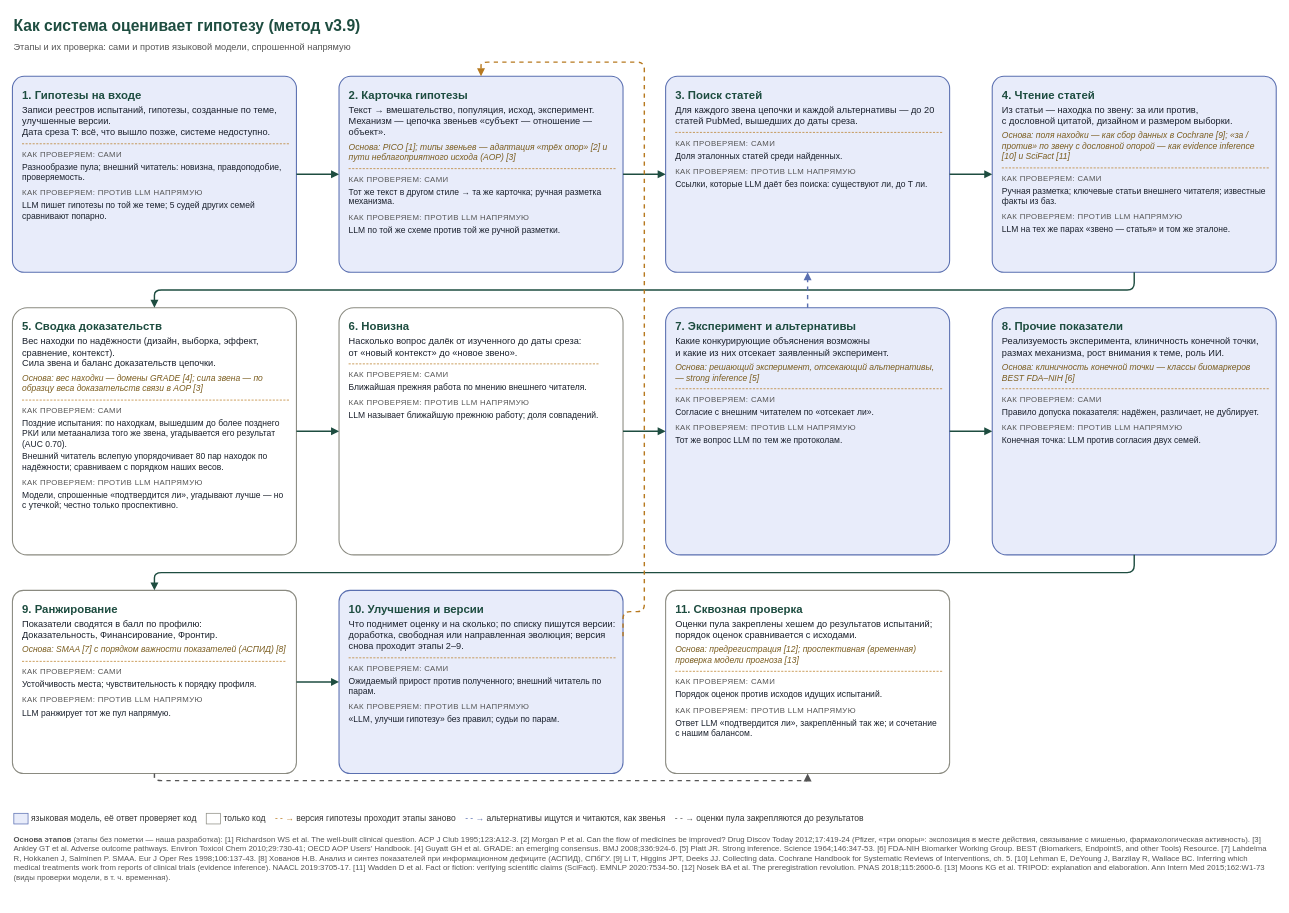
Above: docs/system/flow_check.drawio in danrd/hyp-arena (draw.io), before the change. Source tidied: cells renumbered, new cells numbered last; positions are measured from the earlier drawing's top-left corner, leaving out a move shared by most shapes. Both pictures are drawn from the tidied source at 71%, with x=0, y=0 at pixel (12, 12).
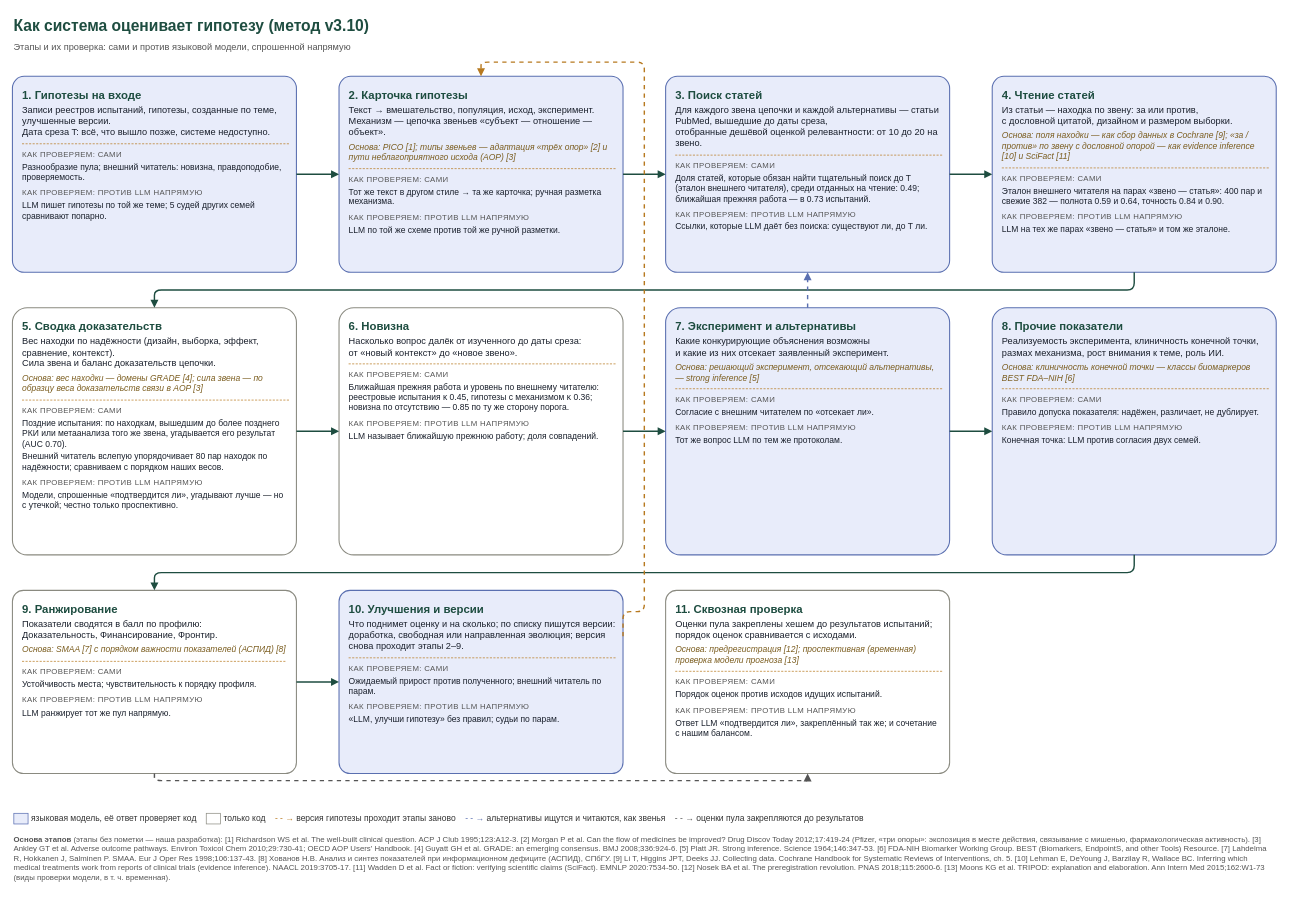
After the change.

Commit message (it also covers changes not shown here):
Flow schemes rebuilt for method v3.10 (filtered search, reader v21, effect and novelty rules)

Diff of the diagram source:
```diff
@@
-    <mxCell id="2" value="&lt;b&gt;Как система оценивает гипотезу (метод v3.9)&lt;/b&gt;&lt;br/&gt;&lt;span style='font-size:13px;color:#555'&gt;Этапы и их проверка: сами и против языковой модели, спрошенной напрямую&lt;/span&gt;" style="text;html=1;fontSize=22;align=left;verticalAlign=top;fillColor=none;strokeColor=none;fontColor=#1E4D40;" parent="1" vertex="1">
+    <mxCell id="2" value="&lt;b&gt;Как система оценивает гипотезу (метод v3.10)&lt;/b&gt;&lt;br/&gt;&lt;span style='font-size:13px;color:#555'&gt;Этапы и их проверка: сами и против языковой модели, спрошенной напрямую&lt;/span&gt;" style="text;html=1;fontSize=22;align=left;verticalAlign=top;fillColor=none;strokeColor=none;fontColor=#1E4D40;" parent="1" vertex="1">
       <mxGeometry width="1780" height="56" as="geometry" />
     </mxCell>
@@
-    <mxCell id="5" value="&lt;div style='font-size:16px;color:#1E4D40'&gt;&lt;b&gt;3. Поиск статей&lt;/b&gt;&lt;/div&gt;&lt;div style='margin-top:4px'&gt;Для каждого звена цепочки и каждой альтернативы — до 20 статей PubMed, вышедших до даты среза.&lt;/div&gt;&lt;div style='margin-top:8px;border-top:1px dashed #B7791F'&gt;&lt;/div&gt;&lt;div style='margin-top:8px;font-size:11px;color:#555;text-transform:uppercase;letter-spacing:0.5px'&gt;Как проверяем: сами&lt;/div&gt;&lt;div style='font-size:12px'&gt;&lt;div style='margin-top:4px'&gt;Доля эталонных статей среди найденных.&lt;/div&gt;&lt;/div&gt;&lt;div style='margin-top:8px;font-size:11px;color:#555;text-transform:uppercase;letter-spacing:0.5px'&gt;Как проверяем: против LLM напрямую&lt;/div&gt;&lt;div style='font-size:12px'&gt;&lt;div style='margin-top:4px'&gt;Ссылки, которые LLM даёт без поиска: существуют ли, до T ли.&lt;/div&gt;&lt;/div&gt;" style="rounded=1;arcSize=6;whiteSpace=wrap;html=1;fillColor=#E8ECFA;strokeColor=#5A6FB0;strokeWidth=1.5;fontSize=13;fontColor=#1A202C;align=left;verticalAlign=top;spacingLeft=12;spacingRight=10;spacingTop=10;" parent="1" vertex="1">
+    <mxCell id="5" value="&lt;div style='font-size:16px;color:#1E4D40'&gt;&lt;b&gt;3. Поиск статей&lt;/b&gt;&lt;/div&gt;&lt;div style='margin-top:4px'&gt;Для каждого звена цепочки и каждой альтернативы — статьи PubMed, вышедшие до даты среза,&lt;br/&gt;отобранные дешёвой оценкой релевантности: от 10 до 20 на звено.&lt;/div&gt;&lt;div style='margin-top:8px;border-top:1px dashed #B7791F'&gt;&lt;/div&gt;&lt;div style='margin-top:8px;font-size:11px;color:#555;text-transform:uppercase;letter-spacing:0.5px'&gt;Как проверяем: сами&lt;/div&gt;&lt;div style='font-size:12px'&gt;&lt;div style='margin-top:4px'&gt;Доля статей, которые обязан найти тщательный поиск до T (эталон внешнего читателя), среди отданных на чтение: 0.49; ближайшая прежняя работа — в 0.73 испытаний.&lt;/div&gt;&lt;/div&gt;&lt;div style='margin-top:8px;font-size:11px;color:#555;text-transform:uppercase;letter-spacing:0.5px'&gt;Как проверяем: против LLM напрямую&lt;/div&gt;&lt;div style='font-size:12px'&gt;&lt;div style='margin-top:4px'&gt;Ссылки, которые LLM даёт без поиска: существуют ли, до T ли.&lt;/div&gt;&lt;/div&gt;" style="rounded=1;arcSize=6;whiteSpace=wrap;html=1;fillColor=#E8ECFA;strokeColor=#5A6FB0;strokeWidth=1.5;fontSize=13;fontColor=#1A202C;align=left;verticalAlign=top;spacingLeft=12;spacingRight=10;spacingTop=10;" parent="1" vertex="1">
       <mxGeometry x="920" y="90" width="400" height="276" as="geometry" />
     </mxCell>
-    <mxCell id="6" value="&lt;div style='font-size:16px;color:#1E4D40'&gt;&lt;b&gt;4. Чтение статей&lt;/b&gt;&lt;/div&gt;&lt;div style='margin-top:4px'&gt;Из статьи — находка по звену: за или против,&lt;br/&gt;с дословной цитатой, дизайном и размером выборки.&lt;/div&gt;&lt;div style='margin-top:6px;font-size:12px;color:#7A5C1E'&gt;&lt;i&gt;Основа: поля находки — как сбор данных в Cochrane [9]; «за / против» по звену с дословной опорой — как evidence inference [10] и SciFact [11]&lt;/i&gt;&lt;/div&gt;&lt;div style='margin-top:8px;border-top:1px dashed #B7791F'&gt;&lt;/div&gt;&lt;div style='margin-top:8px;font-size:11px;color:#555;text-transform:uppercase;letter-spacing:0.5px'&gt;Как проверяем: сами&lt;/div&gt;&lt;div style='font-size:12px'&gt;&lt;div style='margin-top:4px'&gt;Ручная разметка; ключевые статьи внешнего читателя; известные факты из баз.&lt;/div&gt;&lt;/div&gt;&lt;div style='margin-top:8px;font-size:11px;color:#555;text-transform:uppercase;letter-spacing:0.5px'&gt;Как проверяем: против LLM напрямую&lt;/div&gt;&lt;div style='font-size:12px'&gt;&lt;div style='margin-top:4px'&gt;LLM на тех же парах «звено — статья» и том же эталоне.&lt;/div&gt;&lt;/div&gt;" style="rounded=1;arcSize=6;whiteSpace=wrap;html=1;fillColor=#E8ECFA;strokeColor=#5A6FB0;strokeWidth=1.5;fontSize=13;fontColor=#1A202C;align=left;verticalAlign=top;spacingLeft=12;spacingRight=10;spacingTop=10;" parent="1" vertex="1">
+    <mxCell id="6" value="&lt;div style='font-size:16px;color:#1E4D40'&gt;&lt;b&gt;4. Чтение статей&lt;/b&gt;&lt;/div&gt;&lt;div style='margin-top:4px'&gt;Из статьи — находка по звену: за или против,&lt;br/&gt;с дословной цитатой, дизайном и размером выборки.&lt;/div&gt;&lt;div style='margin-top:6px;font-size:12px;color:#7A5C1E'&gt;&lt;i&gt;Основа: поля находки — как сбор данных в Cochrane [9]; «за / против» по звену с дословной опорой — как evidence inference [10] и SciFact [11]&lt;/i&gt;&lt;/div&gt;&lt;div style='margin-top:8px;border-top:1px dashed #B7791F'&gt;&lt;/div&gt;&lt;div style='margin-top:8px;font-size:11px;color:#555;text-transform:uppercase;letter-spacing:0.5px'&gt;Как проверяем: сами&lt;/div&gt;&lt;div style='font-size:12px'&gt;&lt;div style='margin-top:4px'&gt;Эталон внешнего читателя на парах «звено — статья»: 400 пар и свежие 382 — полнота 0.59 и 0.64, точность 0.84 и 0.90.&lt;/div&gt;&lt;/div&gt;&lt;div style='margin-top:8px;font-size:11px;color:#555;text-transform:uppercase;letter-spacing:0.5px'&gt;Как проверяем: против LLM напрямую&lt;/div&gt;&lt;div style='font-size:12px'&gt;&lt;div style='margin-top:4px'&gt;LLM на тех же парах «звено — статья» и том же эталоне.&lt;/div&gt;&lt;/div&gt;" style="rounded=1;arcSize=6;whiteSpace=wrap;html=1;fillColor=#E8ECFA;strokeColor=#5A6FB0;strokeWidth=1.5;fontSize=13;fontColor=#1A202C;align=left;verticalAlign=top;spacingLeft=12;spacingRight=10;spacingTop=10;" parent="1" vertex="1">
       <mxGeometry x="1380" y="90" width="400" height="276" as="geometry" />
     </mxCell>
@@
-    <mxCell id="8" value="&lt;div style='font-size:16px;color:#1E4D40'&gt;&lt;b&gt;6. Новизна&lt;/b&gt;&lt;/div&gt;&lt;div style='margin-top:4px'&gt;Насколько вопрос далёк от изученного до даты среза:&lt;br/&gt;от «новый контекст» до «новое звено».&lt;/div&gt;&lt;div style='margin-top:8px;border-top:1px dashed #B7791F'&gt;&lt;/div&gt;&lt;div style='margin-top:8px;font-size:11px;color:#555;text-transform:uppercase;letter-spacing:0.5px'&gt;Как проверяем: сами&lt;/div&gt;&lt;div style='font-size:12px'&gt;&lt;div style='margin-top:4px'&gt;Ближайшая прежняя работа по мнению внешнего читателя.&lt;/div&gt;&lt;/div&gt;&lt;div style='margin-top:8px;font-size:11px;color:#555;text-transform:uppercase;letter-spacing:0.5px'&gt;Как проверяем: против LLM напрямую&lt;/div&gt;&lt;div style='font-size:12px'&gt;&lt;div style='margin-top:4px'&gt;LLM называет ближайшую прежнюю работу; доля совпадений.&lt;/div&gt;&lt;/div&gt;" style="rounded=1;arcSize=6;whiteSpace=wrap;html=1;fillColor=#FFFFFF;strokeColor=#8A8A80;strokeWidth=1.5;fontSize=13;fontColor=#1A202C;align=left;verticalAlign=top;spacingLeft=12;spacingRight=10;spacingTop=10;" parent="1" vertex="1">
+    <mxCell id="8" value="&lt;div style='font-size:16px;color:#1E4D40'&gt;&lt;b&gt;6. Новизна&lt;/b&gt;&lt;/div&gt;&lt;div style='margin-top:4px'&gt;Насколько вопрос далёк от изученного до даты среза:&lt;br/&gt;от «новый контекст» до «новое звено».&lt;/div&gt;&lt;div style='margin-top:8px;border-top:1px dashed #B7791F'&gt;&lt;/div&gt;&lt;div style='margin-top:8px;font-size:11px;color:#555;text-transform:uppercase;letter-spacing:0.5px'&gt;Как проверяем: сами&lt;/div&gt;&lt;div style='font-size:12px'&gt;&lt;div style='margin-top:4px'&gt;Ближайшая прежняя работа и уровень по внешнему читателю: реестровые испытания κ 0.45, гипотезы с механизмом κ 0.36; новизна по отсутствию — 0.85 по ту же сторону порога.&lt;/div&gt;&lt;/div&gt;&lt;div style='margin-top:8px;font-size:11px;color:#555;text-transform:uppercase;letter-spacing:0.5px'&gt;Как проверяем: против LLM напрямую&lt;/div&gt;&lt;div style='font-size:12px'&gt;&lt;div style='margin-top:4px'&gt;LLM называет ближайшую прежнюю работу; доля совпадений.&lt;/div&gt;&lt;/div&gt;" style="rounded=1;arcSize=6;whiteSpace=wrap;html=1;fillColor=#FFFFFF;strokeColor=#8A8A80;strokeWidth=1.5;fontSize=13;fontColor=#1A202C;align=left;verticalAlign=top;spacingLeft=12;spacingRight=10;spacingTop=10;" parent="1" vertex="1">
       <mxGeometry x="460" y="416" width="400" height="348" as="geometry" />
     </mxCell>
```
